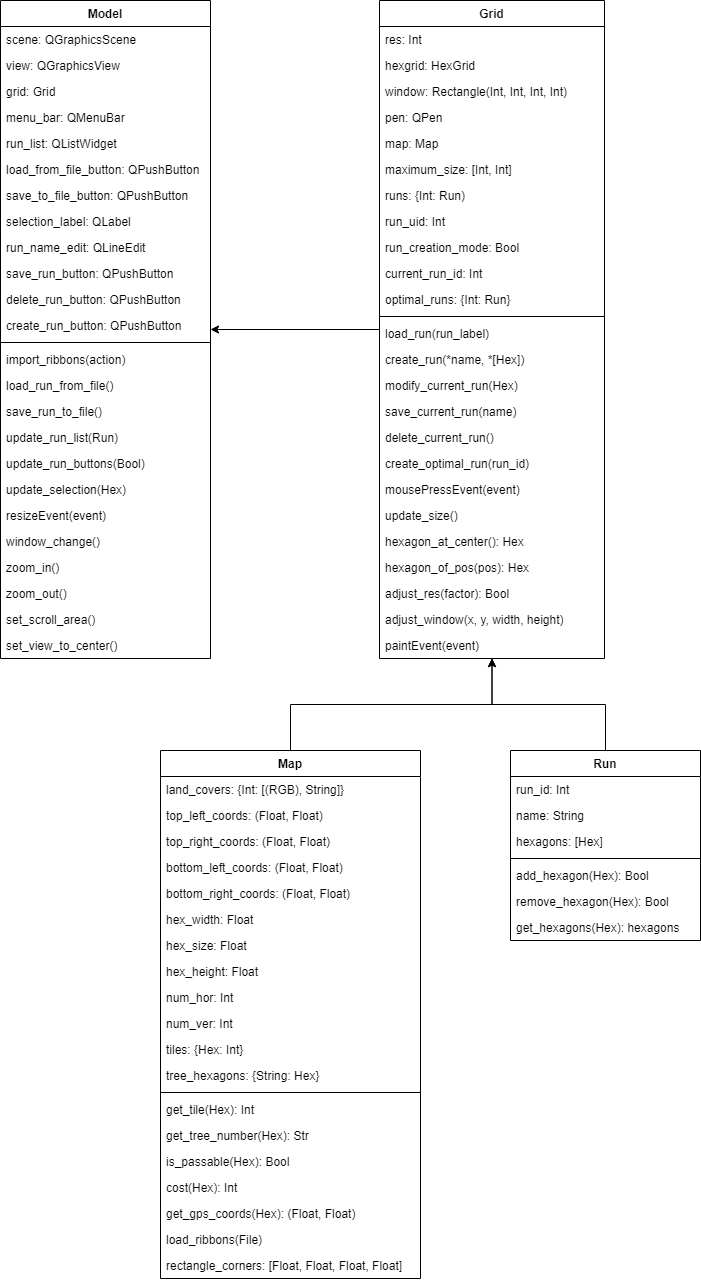
Above: docs/datastructure.png in JorisOud/bachelor_project (draw.io), before the change. Source tidied: cells renumbered, new cells last; positions are measured from the earlier drawing's top-left corner, leaving out a move shared by most shapes.
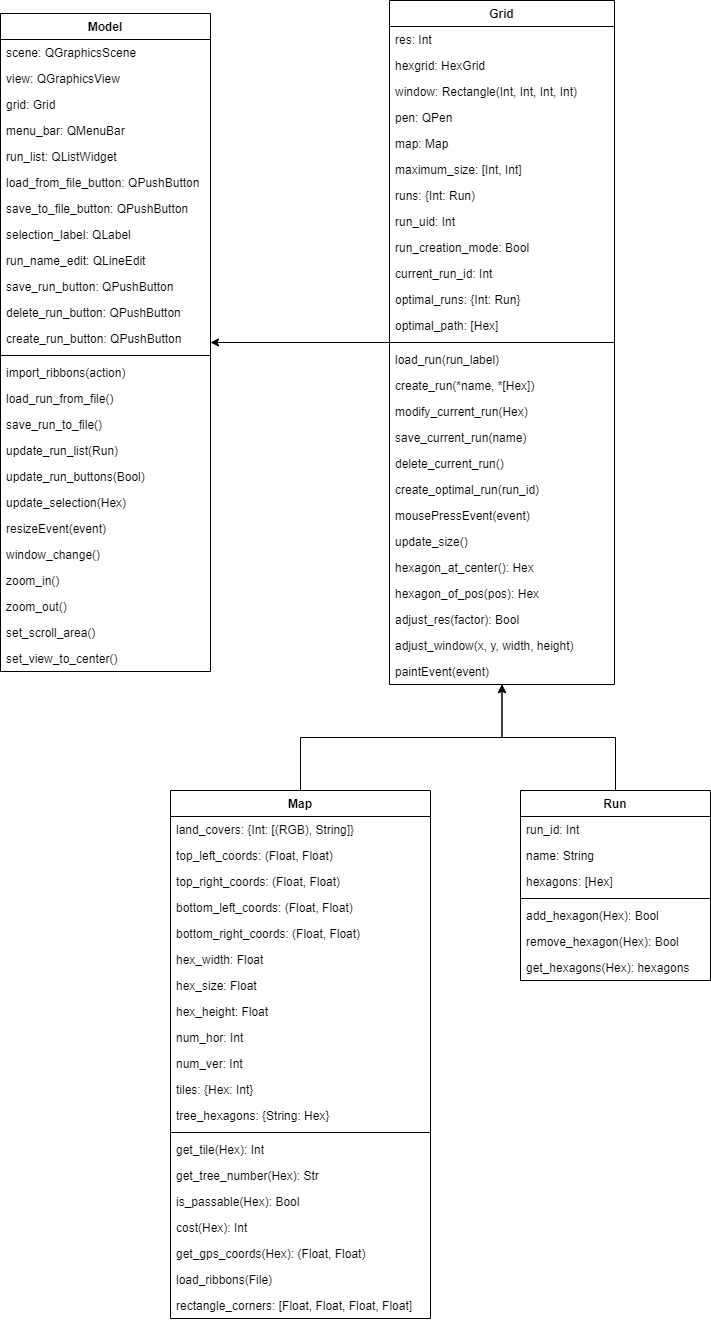
The same diagram one commit later.

Commit message:
Added the ability to right-click during the run creation mode to draw optimal paths, which can be added to the run by left clicking the last hexagon of the optimal path.

The edit, as a diff of the source:
```diff
@@ -3,7 +3,7 @@
     <mxCell id="0" />
     <mxCell id="1" parent="0" />
     <mxCell id="2" value="Model" style="swimlane;fontStyle=1;align=center;verticalAlign=top;horizontal=1;startSize=26;" parent="1" vertex="1">
-      <mxGeometry width="210" height="658" as="geometry" />
+      <mxGeometry x="-10" y="13" width="210" height="658" as="geometry" />
     </mxCell>
     <mxCell id="3" value="scene: QGraphicsScene" style="text;strokeColor=none;fillColor=none;align=left;verticalAlign=top;spacingLeft=4;spacingRight=4;overflow=hidden;" parent="2" vertex="1">
       <mxGeometry y="26" width="210" height="26" as="geometry" />
@@ -84,7 +84,7 @@
       <mxGeometry relative="1" as="geometry" />
     </mxCell>
     <mxCell id="29" value="Grid" style="swimlane;fontStyle=1;align=center;verticalAlign=top;horizontal=1;startSize=26;" parent="1" vertex="1">
-      <mxGeometry x="379" width="225" height="658" as="geometry" />
+      <mxGeometry x="379" width="225" height="684" as="geometry" />
     </mxCell>
     <mxCell id="30" value="res: Int" style="text;strokeColor=none;fillColor=none;align=left;verticalAlign=top;spacingLeft=4;spacingRight=4;overflow=hidden;" parent="29" vertex="1">
       <mxGeometry y="26" width="225" height="26" as="geometry" />
@@ -119,53 +119,56 @@
     <mxCell id="40" value="optimal_runs: {Int: Run}" style="text;strokeColor=none;fillColor=none;align=left;verticalAlign=top;spacingLeft=4;spacingRight=4;overflow=hidden;" parent="29" vertex="1">
       <mxGeometry y="286" width="225" height="26" as="geometry" />
     </mxCell>
+    <mxCell id="86" value="optimal_path: [Hex]" style="text;strokeColor=none;fillColor=none;align=left;verticalAlign=top;spacingLeft=4;spacingRight=4;overflow=hidden;" parent="29" vertex="1">
+      <mxGeometry y="312" width="225" height="26" as="geometry" />
+    </mxCell>
     <mxCell id="41" style="line;strokeWidth=1;fillColor=none;align=left;verticalAlign=middle;spacingTop=-1;spacingLeft=3;spacingRight=3;labelPosition=right;" parent="29" vertex="1">
-      <mxGeometry y="312" width="225" height="8" as="geometry" />
+      <mxGeometry y="338" width="225" height="8" as="geometry" />
     </mxCell>
     <mxCell id="42" value="load_run(run_label)" style="text;strokeColor=none;fillColor=none;align=left;verticalAlign=top;spacingLeft=4;spacingRight=4;overflow=hidden;" parent="29" vertex="1">
-      <mxGeometry y="320" width="225" height="26" as="geometry" />
+      <mxGeometry y="346" width="225" height="26" as="geometry" />
     </mxCell>
     <mxCell id="43" value="create_run(*name, *[Hex])" style="text;strokeColor=none;fillColor=none;align=left;verticalAlign=top;spacingLeft=4;spacingRight=4;overflow=hidden;" parent="29" vertex="1">
-      <mxGeometry y="346" width="225" height="26" as="geometry" />
+      <mxGeometry y="372" width="225" height="26" as="geometry" />
     </mxCell>
     <mxCell id="44" value="modify_current_run(Hex)" style="text;strokeColor=none;fillColor=none;align=left;verticalAlign=top;spacingLeft=4;spacingRight=4;overflow=hidden;" parent="29" vertex="1">
-      <mxGeometry y="372" width="225" height="26" as="geometry" />
+      <mxGeometry y="398" width="225" height="26" as="geometry" />
     </mxCell>
     <mxCell id="45" value="save_current_run(name)" style="text;strokeColor=none;fillColor=none;align=left;verticalAlign=top;spacingLeft=4;spacingRight=4;overflow=hidden;" parent="29" vertex="1">
-      <mxGeometry y="398" width="225" height="26" as="geometry" />
+      <mxGeometry y="424" width="225" height="26" as="geometry" />
     </mxCell>
     <mxCell id="46" value="delete_current_run()" style="text;strokeColor=none;fillColor=none;align=left;verticalAlign=top;spacingLeft=4;spacingRight=4;overflow=hidden;" parent="29" vertex="1">
-      <mxGeometry y="424" width="225" height="26" as="geometry" />
+      <mxGeometry y="450" width="225" height="26" as="geometry" />
     </mxCell>
     <mxCell id="47" value="create_optimal_run(run_id)" style="text;strokeColor=none;fillColor=none;align=left;verticalAlign=top;spacingLeft=4;spacingRight=4;overflow=hidden;" parent="29" vertex="1">
-      <mxGeometry y="450" width="225" height="26" as="geometry" />
+      <mxGeometry y="476" width="225" height="26" as="geometry" />
     </mxCell>
     <mxCell id="48" value="mousePressEvent(event)" style="text;strokeColor=none;fillColor=none;align=left;verticalAlign=top;spacingLeft=4;spacingRight=4;overflow=hidden;" parent="29" vertex="1">
-      <mxGeometry y="476" width="225" height="26" as="geometry" />
+      <mxGeometry y="502" width="225" height="26" as="geometry" />
     </mxCell>
     <mxCell id="49" value="update_size()" style="text;strokeColor=none;fillColor=none;align=left;verticalAlign=top;spacingLeft=4;spacingRight=4;overflow=hidden;" parent="29" vertex="1">
-      <mxGeometry y="502" width="225" height="26" as="geometry" />
+      <mxGeometry y="528" width="225" height="26" as="geometry" />
     </mxCell>
     <mxCell id="50" value="hexagon_at_center(): Hex" style="text;strokeColor=none;fillColor=none;align=left;verticalAlign=top;spacingLeft=4;spacingRight=4;overflow=hidden;" parent="29" vertex="1">
-      <mxGeometry y="528" width="225" height="26" as="geometry" />
+      <mxGeometry y="554" width="225" height="26" as="geometry" />
     </mxCell>
     <mxCell id="51" value="hexagon_of_pos(pos): Hex" style="text;strokeColor=none;fillColor=none;align=left;verticalAlign=top;spacingLeft=4;spacingRight=4;overflow=hidden;" parent="29" vertex="1">
-      <mxGeometry y="554" width="225" height="26" as="geometry" />
+      <mxGeometry y="580" width="225" height="26" as="geometry" />
     </mxCell>
     <mxCell id="52" value="adjust_res(factor): Bool" style="text;strokeColor=none;fillColor=none;align=left;verticalAlign=top;spacingLeft=4;spacingRight=4;overflow=hidden;" parent="29" vertex="1">
-      <mxGeometry y="580" width="225" height="26" as="geometry" />
+      <mxGeometry y="606" width="225" height="26" as="geometry" />
     </mxCell>
     <mxCell id="53" value="adjust_window(x, y, width, height)" style="text;strokeColor=none;fillColor=none;align=left;verticalAlign=top;spacingLeft=4;spacingRight=4;overflow=hidden;" parent="29" vertex="1">
-      <mxGeometry y="606" width="225" height="26" as="geometry" />
+      <mxGeometry y="632" width="225" height="26" as="geometry" />
     </mxCell>
     <mxCell id="54" value="paintEvent(event)" style="text;strokeColor=none;fillColor=none;align=left;verticalAlign=top;spacingLeft=4;spacingRight=4;overflow=hidden;" parent="29" vertex="1">
-      <mxGeometry y="632" width="225" height="26" as="geometry" />
+      <mxGeometry y="658" width="225" height="26" as="geometry" />
     </mxCell>
     <mxCell id="55" style="edgeStyle=orthogonalEdgeStyle;rounded=0;jettySize=auto;html=1;" parent="1" edge="1" source="56" target="29">
       <mxGeometry relative="1" as="geometry" />
     </mxCell>
     <mxCell id="56" value="Map" style="swimlane;fontStyle=1;align=center;verticalAlign=top;horizontal=1;startSize=26;" parent="1" vertex="1">
-      <mxGeometry x="160" y="750" width="260" height="528" as="geometry" />
+      <mxGeometry x="160" y="790" width="260" height="528" as="geometry" />
     </mxCell>
     <mxCell id="57" value="land_covers: {Int: [(RGB), String]}" style="text;strokeColor=none;fillColor=none;align=left;verticalAlign=top;spacingLeft=4;spacingRight=4;overflow=hidden;" parent="56" vertex="1">
       <mxGeometry y="26" width="260" height="26" as="geometry" />
@@ -231,7 +234,7 @@
       <mxGeometry relative="1" as="geometry" />
     </mxCell>
     <mxCell id="78" value="Run" style="swimlane;fontStyle=1;align=center;verticalAlign=top;horizontal=1;startSize=26;" parent="1" vertex="1">
-      <mxGeometry x="510" y="750" width="190" height="190" as="geometry" />
+      <mxGeometry x="510" y="790" width="190" height="190" as="geometry" />
     </mxCell>
     <mxCell id="79" value="run_id: Int" style="text;strokeColor=none;fillColor=none;align=left;verticalAlign=top;spacingLeft=4;spacingRight=4;overflow=hidden;" parent="78" vertex="1">
       <mxGeometry y="26" width="190" height="26" as="geometry" />
```
